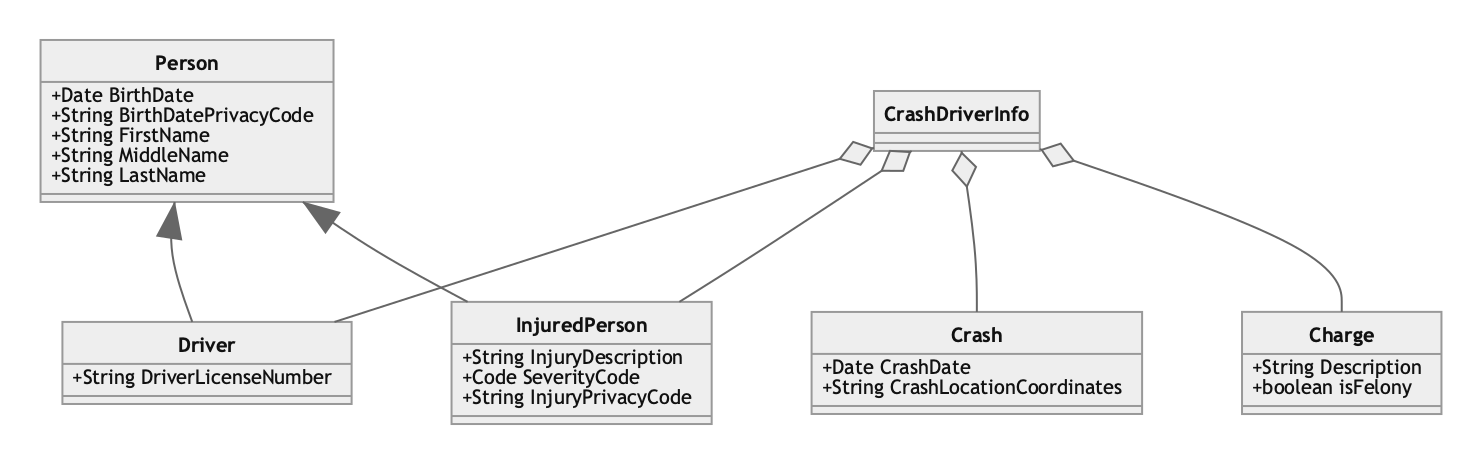
Before: Class Diagram/CrashDriverClassDiagram.png, a diagram exported from Mermaid (NIEM/NIEM-Training). Its source is kept beside it as Class Diagram/CrashDriverClassDiagram.mmd.
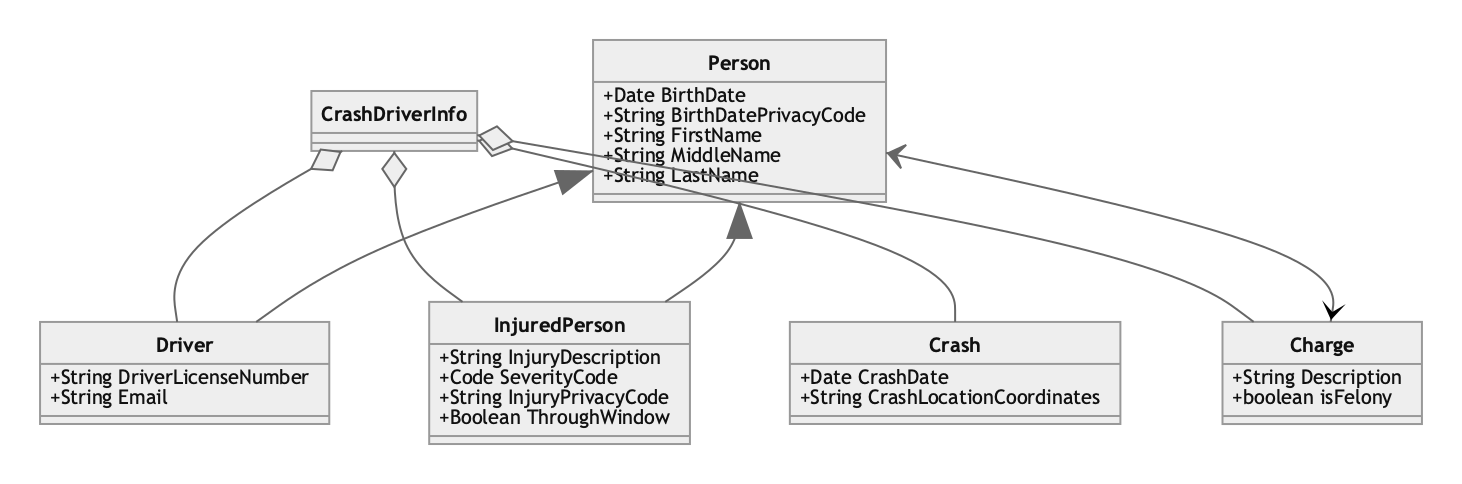
The same file after the commit.

Diff of the diagram source:
```diff
@@ -21,6 +21,7 @@
 
 	class Driver{
 		+String DriverLicenseNumber
+		+String Email
 
 	}
 
@@ -28,6 +29,7 @@
 		+String InjuryDescription
 		+Code SeverityCode
 		+String InjuryPrivacyCode
+		+Boolean ThroughWindow
 	}
 
 	class Charge{
@@ -39,3 +41,5 @@
 		+Date CrashDate
 		+String CrashLocationCoordinates
 	}
+
+	Person <--> Charge
```
